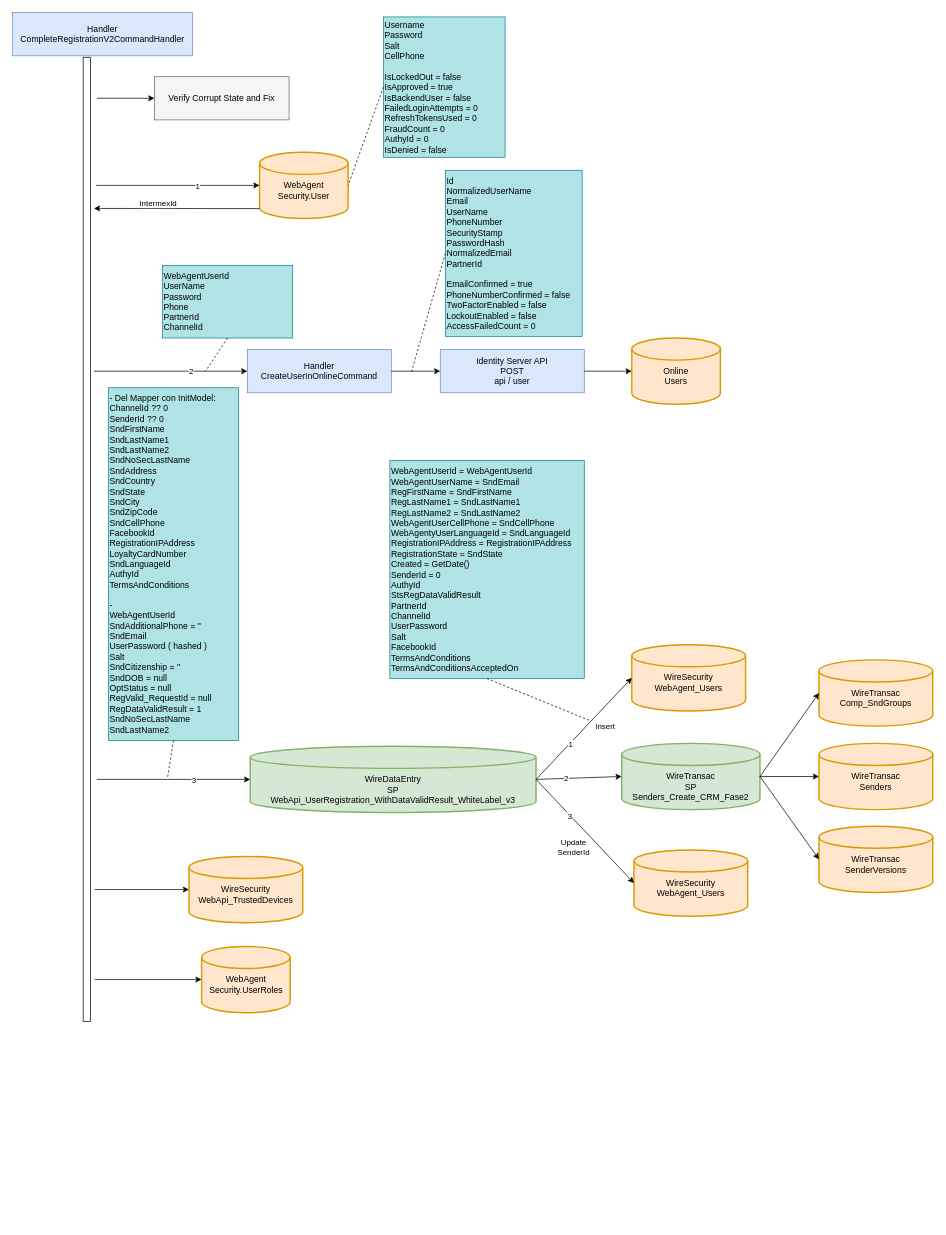
This is user-api-post-api-registration.drawio from notariopablomarcelo/intermex, a draw.io file, before an edit. Source tidied: cells renumbered, new cells numbered last; positions are measured from the earlier drawing's top-left corner, leaving out a move shared by most shapes. Both pictures are drawn from the tidied source at 72%, with x=0, y=0 at pixel (12, 12).
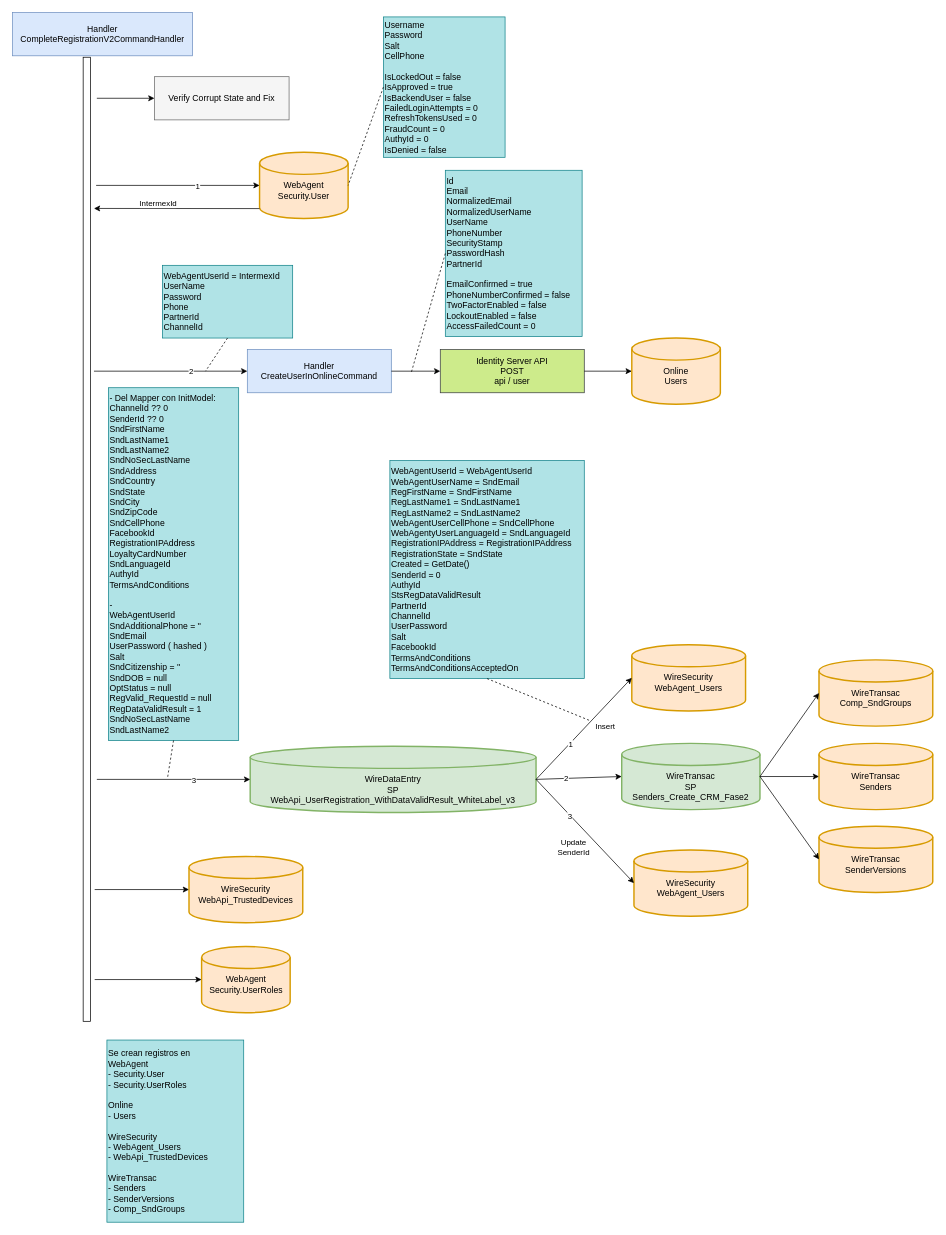
After the change.

Change to the diagram source:
```diff
@@
-    <mxCell id="4" value="&lt;font color=&quot;#000000&quot;&gt;Identity Server API&lt;br&gt;POST&lt;br&gt;api / user&lt;/font&gt;" style="rounded=0;whiteSpace=wrap;html=1;fillColor=#dae8fc;strokeColor=#6c8ebf;" parent="1" vertex="1">
+    <mxCell id="4" value="&lt;font color=&quot;#000000&quot;&gt;Identity Server API&lt;br&gt;POST&lt;br&gt;api / user&lt;/font&gt;" style="rounded=0;whiteSpace=wrap;html=1;fillColor=#cdeb8b;strokeColor=#36393d;" parent="1" vertex="1">
       <mxGeometry x="594" y="468" width="200" height="60" as="geometry" />
     </mxCell>
@@
-    <mxCell id="19" value="WebAgentUserId&lt;br&gt;UserName&lt;br&gt;Password&lt;br&gt;Phone&lt;br&gt;PartnerId&lt;br&gt;ChannelId" style="text;html=1;strokeColor=#0e8088;fillColor=#b0e3e6;align=left;verticalAlign=middle;whiteSpace=wrap;rounded=0;" parent="1" vertex="1">
+    <mxCell id="19" value="WebAgentUserId = IntermexId&lt;br&gt;UserName&lt;br&gt;Password&lt;br&gt;Phone&lt;br&gt;PartnerId&lt;br&gt;ChannelId" style="text;html=1;strokeColor=#0e8088;fillColor=#b0e3e6;align=left;verticalAlign=middle;whiteSpace=wrap;rounded=0;" parent="1" vertex="1">
       <mxGeometry x="208" y="351" width="181" height="101" as="geometry" />
     </mxCell>
-    <mxCell id="20" value="Id&lt;br&gt;NormalizedUserName&lt;br&gt;Email&lt;br&gt;UserName&lt;br&gt;PhoneNumber&lt;br&gt;SecurityStamp&lt;br&gt;PasswordHash&lt;br&gt;NormalizedEmail&lt;br&gt;PartnerId&lt;br&gt;&lt;br&gt;EmailConfirmed = true&lt;br&gt;PhoneNumberConfirmed = false&lt;br&gt;TwoFactorEnabled = false&lt;br&gt;LockoutEnabled = false&lt;br&gt;AccessFailedCount = 0" style="text;html=1;strokeColor=#0e8088;fillColor=#b0e3e6;align=left;verticalAlign=middle;whiteSpace=wrap;rounded=0;" parent="1" vertex="1">
+    <mxCell id="20" value="Id&lt;br&gt;Email&lt;br&gt;NormalizedEmail&lt;br&gt;NormalizedUserName&lt;br&gt;UserName&lt;br&gt;PhoneNumber&lt;br&gt;SecurityStamp&lt;br&gt;PasswordHash&lt;br&gt;PartnerId&lt;br&gt;&lt;br&gt;EmailConfirmed = true&lt;br&gt;PhoneNumberConfirmed = false&lt;br&gt;TwoFactorEnabled = false&lt;br&gt;LockoutEnabled = false&lt;br&gt;AccessFailedCount = 0" style="text;html=1;strokeColor=#0e8088;fillColor=#b0e3e6;align=left;verticalAlign=middle;whiteSpace=wrap;rounded=0;" parent="1" vertex="1">
       <mxGeometry x="601" y="219" width="190" height="231" as="geometry" />
     </mxCell>
@@
+    <mxCell id="52" value="Se crean registros en&lt;br&gt;WebAgent&lt;br&gt;- Security.User&lt;br&gt;- Security.UserRoles&lt;br&gt;&lt;br&gt;Online&lt;br&gt;- Users&lt;br&gt;&lt;br&gt;WireSecurity&lt;br&gt;- WebAgent_Users&lt;br&gt;- WebApi_TrustedDevices&lt;br&gt;&lt;br&gt;WireTransac&lt;br&gt;- Senders&lt;br&gt;- SenderVersions&lt;br&gt;- Comp_SndGroups&lt;br&gt;" style="text;html=1;strokeColor=#0e8088;fillColor=#b0e3e6;align=left;verticalAlign=middle;whiteSpace=wrap;rounded=0;" parent="1" vertex="1">
+      <mxGeometry x="131" y="1427" width="190" height="253" as="geometry" />
+    </mxCell>
```
